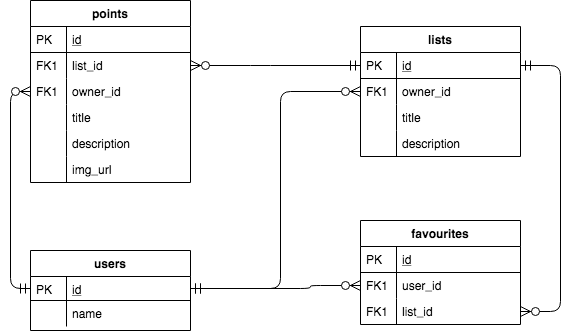
Before: planning/ERD.png, a diagram exported from draw.io (ematsushita/midterm-wiki-maps). Source tidied: cells renumbered, new cells last; positions are measured from the earlier drawing's top-left corner, leaving out a move shared by most shapes.
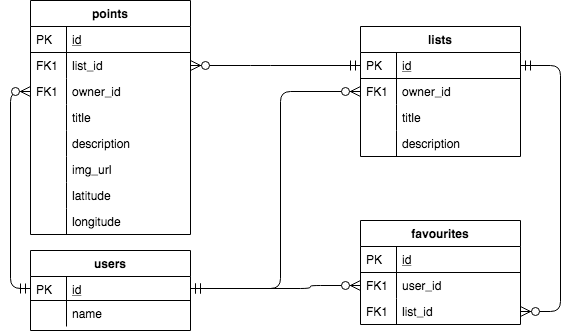
Later version of the same file.

Diff of the diagram source:
```diff
@@ -66,7 +66,7 @@
       <mxGeometry width="36" height="26" as="geometry" />
     </mxCell>
     <mxCell id="23" value="points" style="swimlane;fontStyle=1;horizontal=1;startSize=26;rounded=0;shadow=0;strokeWidth=1;" parent="1" vertex="1">
-      <mxGeometry x="20" width="160" height="182" as="geometry" />
+      <mxGeometry x="20" width="160" height="234" as="geometry" />
     </mxCell>
     <mxCell id="24" value="id" style="shape=partialRectangle;top=0;left=0;right=0;bottom=1;align=left;verticalAlign=top;fillColor=none;spacingLeft=40;spacingRight=4;overflow=hidden;rounded=0;shadow=0;strokeWidth=1;fontStyle=4;" parent="23" vertex="1">
       <mxGeometry y="26" width="160" height="26" as="geometry" />
@@ -98,8 +98,20 @@
     <mxCell id="33" style="shape=partialRectangle;top=0;left=0;bottom=0;fillColor=none;align=left;verticalAlign=top;spacingLeft=4;spacingRight=4;overflow=hidden;" parent="32" vertex="1">
       <mxGeometry width="36" height="26" as="geometry" />
     </mxCell>
+    <mxCell id="41" value="img_url" style="shape=partialRectangle;top=0;left=0;right=0;bottom=0;align=left;verticalAlign=top;fillColor=none;spacingLeft=40;spacingRight=4;overflow=hidden;rounded=0;shadow=0;strokeWidth=1;" parent="23" vertex="1">
+      <mxGeometry y="156" width="160" height="26" as="geometry" />
+    </mxCell>
+    <mxCell id="42" style="shape=partialRectangle;top=0;left=0;bottom=0;fillColor=none;align=left;verticalAlign=top;spacingLeft=4;spacingRight=4;overflow=hidden;" parent="41" vertex="1">
+      <mxGeometry width="36" height="26" as="geometry" />
+    </mxCell>
+    <mxCell id="43" value="latitude" style="shape=partialRectangle;top=0;left=0;right=0;bottom=0;align=left;verticalAlign=top;fillColor=none;spacingLeft=40;spacingRight=4;overflow=hidden;rounded=0;shadow=0;strokeWidth=1;" parent="23" vertex="1">
+      <mxGeometry y="182" width="160" height="26" as="geometry" />
+    </mxCell>
+    <mxCell id="44" style="shape=partialRectangle;top=0;left=0;bottom=0;fillColor=none;align=left;verticalAlign=top;spacingLeft=4;spacingRight=4;overflow=hidden;" parent="43" vertex="1">
+      <mxGeometry width="36" height="26" as="geometry" />
+    </mxCell>
-    <mxCell id="34" value="img_url" style="shape=partialRectangle;top=0;left=0;right=0;bottom=0;align=left;verticalAlign=top;fillColor=none;spacingLeft=40;spacingRight=4;overflow=hidden;rounded=0;shadow=0;strokeWidth=1;" parent="23" vertex="1">
-      <mxGeometry y="156" width="160" height="26" as="geometry" />
+    <mxCell id="34" value="longitude" style="shape=partialRectangle;top=0;left=0;right=0;bottom=0;align=left;verticalAlign=top;fillColor=none;spacingLeft=40;spacingRight=4;overflow=hidden;rounded=0;shadow=0;strokeWidth=1;" parent="23" vertex="1">
+      <mxGeometry y="208" width="160" height="26" as="geometry" />
     </mxCell>
     <mxCell id="35" style="shape=partialRectangle;top=0;left=0;bottom=0;fillColor=none;align=left;verticalAlign=top;spacingLeft=4;spacingRight=4;overflow=hidden;" parent="34" vertex="1">
       <mxGeometry width="36" height="26" as="geometry" />
```
